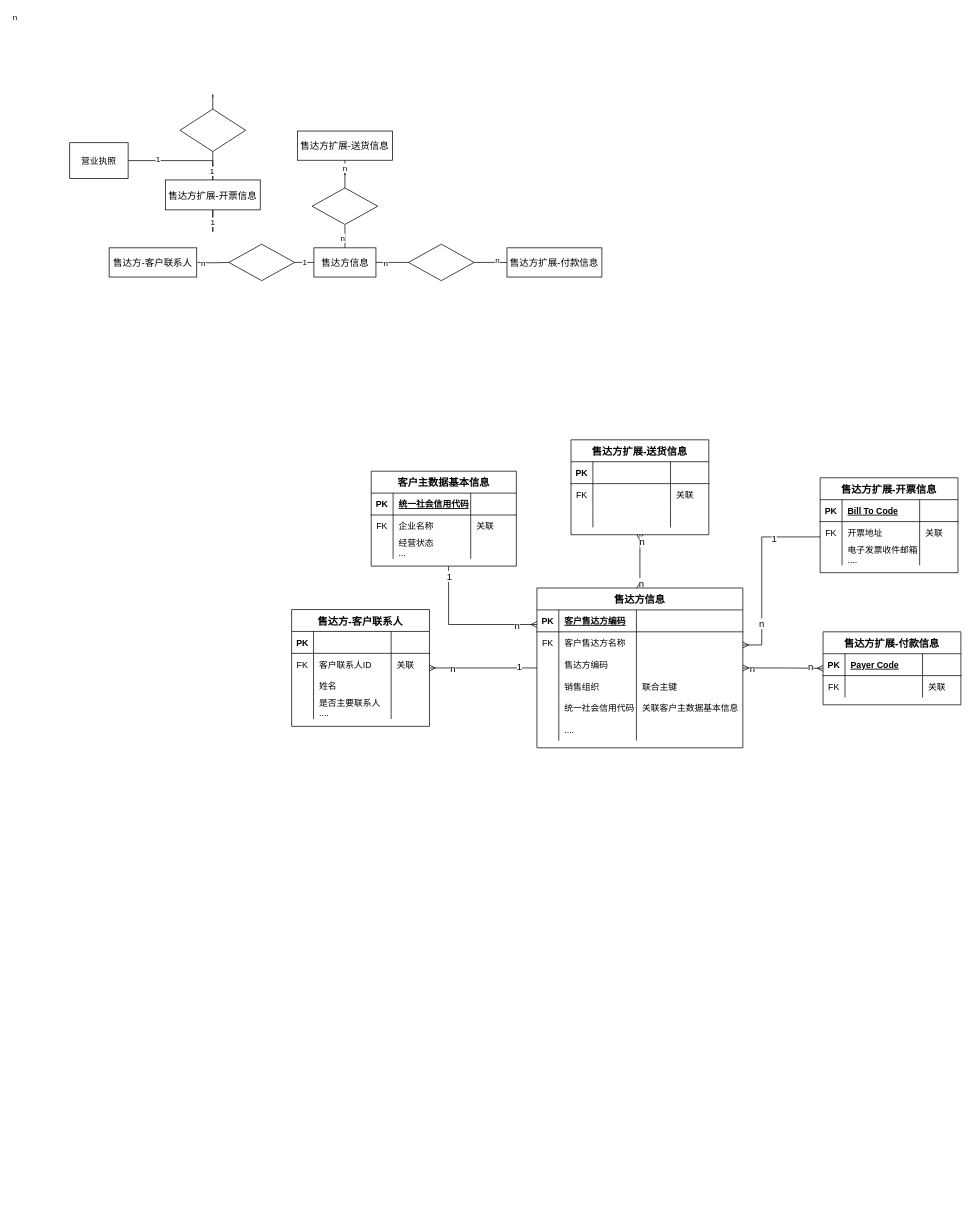
Above: 客户ER图.drawio in winky02/pics (draw.io), before the change. Source tidied: cells renumbered, new cells numbered last; positions are measured from the earlier drawing's top-left corner, leaving out a move shared by most shapes. Both pictures are drawn from the tidied source at 73%, with x=0, y=0 at pixel (69, 97).
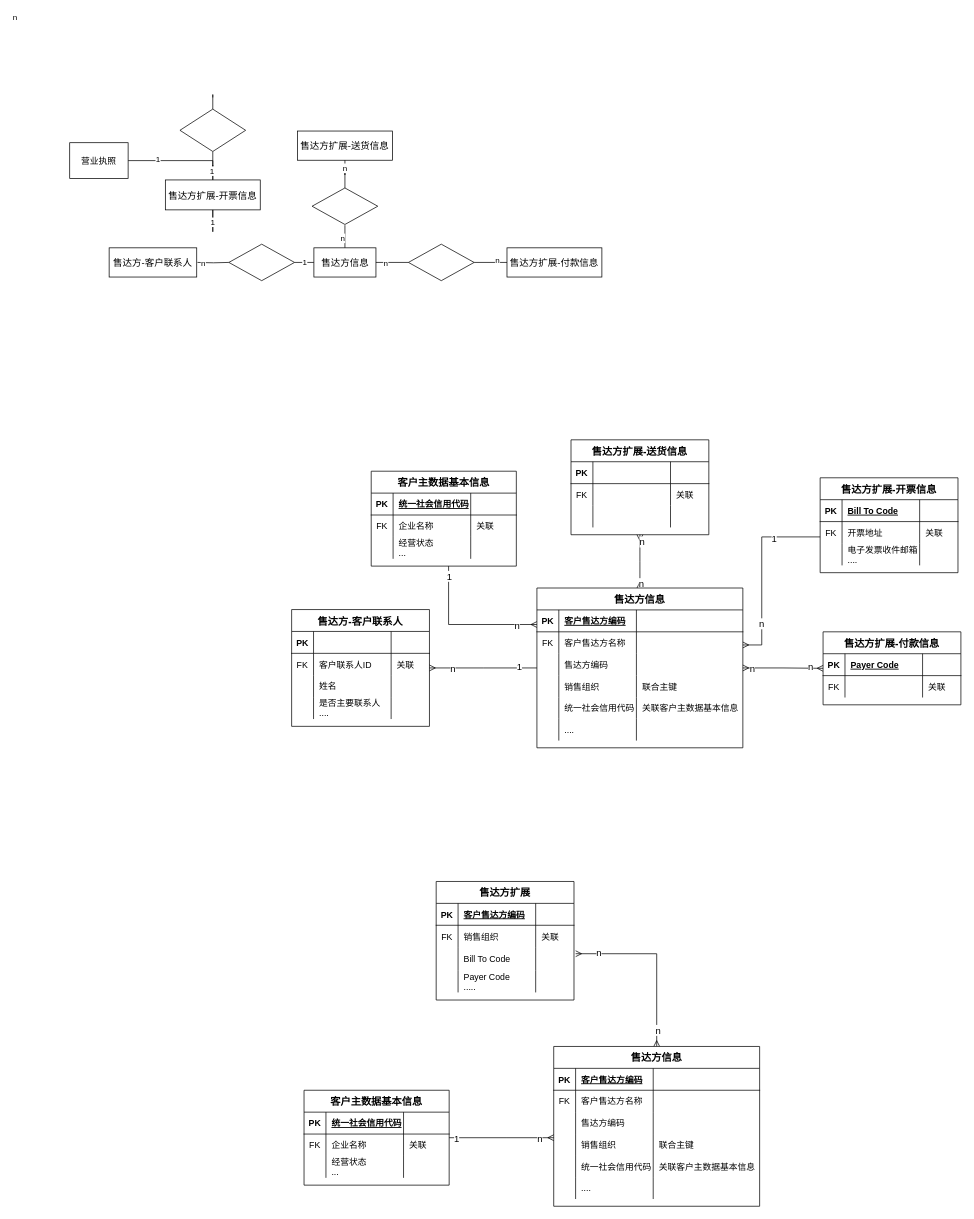
After the change.

What changed in the source:
```diff
@@
+    <mxCell id="136" style="edgeStyle=orthogonalEdgeStyle;rounded=0;jettySize=auto;html=1;startArrow=ERmany;startFill=0;endArrow=ERmany;endFill=0;entryX=1.012;entryY=0.28;entryDx=0;entryDy=0;entryPerimeter=0;" parent="1" edge="1" source="142" target="176">
+      <mxGeometry relative="1" as="geometry" />
+    </mxCell>
+    <mxCell id="137" value="n" style="edgeLabel;html=1;align=center;verticalAlign=middle;fontFamily=Helvetica;fontSize=13;fontColor=default;labelBackgroundColor=default;fillColor=none;gradientColor=none;" parent="136" vertex="1">
+      <mxGeometry x="-0.81" y="-1" relative="1" as="geometry" />
+    </mxCell>
+    <mxCell id="138" value="n" style="edgeLabel;html=1;align=center;verticalAlign=middle;fontSize=13;" parent="136" vertex="1">
+      <mxGeometry x="0.74" y="-2" relative="1" as="geometry" />
+    </mxCell>
+    <mxCell id="139" style="edgeStyle=orthogonalEdgeStyle;rounded=0;jettySize=auto;html=1;endArrow=none;startFill=0;startArrow=ERmany;" parent="1" edge="1" source="142" target="184">
+      <mxGeometry relative="1" as="geometry">
+        <Array as="points">
+          <mxPoint x="599" y="1425" />
+          <mxPoint x="599" y="1425" />
+        </Array>
+      </mxGeometry>
+    </mxCell>
+    <mxCell id="140" value="1" style="edgeLabel;html=1;align=center;verticalAlign=middle;fontSize=13;" parent="139" vertex="1">
+      <mxGeometry x="0.87" relative="1" as="geometry" />
+    </mxCell>
+    <mxCell id="141" value="n" style="edgeLabel;html=1;align=center;verticalAlign=middle;fontSize=13;" parent="139" vertex="1">
+      <mxGeometry x="-0.72" y="1" relative="1" as="geometry" />
+    </mxCell>
+    <mxCell id="142" value="售达方信息" style="shape=table;startSize=30;childLayout=tableLayout;rowLines=0;fontStyle=1;align=center;fontSize=14;" parent="1" vertex="1">
+      <mxGeometry x="663" y="1300" width="282.1" height="218.9" as="geometry" />
+    </mxCell>
+    <mxCell id="143" style="shape=partialRectangle;fillColor=none;top=0;left=0;right=0;bottom=1;" parent="142" vertex="1">
+      <mxGeometry y="30" width="282.1" height="30" as="geometry" />
+    </mxCell>
+    <mxCell id="144" value="PK" style="shape=partialRectangle;overflow=hidden;fillColor=none;top=0;left=0;bottom=0;right=0;fontStyle=1;" parent="143" vertex="1">
+      <mxGeometry width="30" height="30" as="geometry" />
+    </mxCell>
+    <mxCell id="145" value="客户售达方编码" style="shape=partialRectangle;overflow=hidden;fillColor=none;top=0;left=0;bottom=0;right=0;align=left;spacingLeft=6;fontStyle=5;" parent="143" vertex="1">
+      <mxGeometry x="30" width="106.3" height="30" as="geometry" />
+    </mxCell>
+    <mxCell id="146" style="shape=partialRectangle;overflow=hidden;fillColor=none;top=0;left=0;bottom=0;right=0;align=left;spacingLeft=6;fontStyle=5;" parent="143" vertex="1">
+      <mxGeometry x="136.3" width="145.8" height="30" as="geometry" />
+    </mxCell>
+    <mxCell id="147" style="shape=partialRectangle;fillColor=none;top=0;left=0;right=0;bottom=0;" parent="142" vertex="1">
+      <mxGeometry y="60" width="282.1" height="30" as="geometry" />
+    </mxCell>
+    <mxCell id="148" value="FK" style="shape=partialRectangle;overflow=hidden;fillColor=none;top=0;left=0;bottom=0;right=0;" parent="147" vertex="1">
+      <mxGeometry width="30" height="30" as="geometry" />
+    </mxCell>
+    <mxCell id="149" value="客户售达方名称" style="shape=partialRectangle;overflow=hidden;fillColor=none;top=0;left=0;bottom=0;right=0;align=left;spacingLeft=6;" parent="147" vertex="1">
+      <mxGeometry x="30" width="106.3" height="30" as="geometry" />
+    </mxCell>
+    <mxCell id="150" style="shape=partialRectangle;overflow=hidden;fillColor=none;top=0;left=0;bottom=0;right=0;align=left;spacingLeft=6;" parent="147" vertex="1">
+      <mxGeometry x="136.3" width="145.8" height="30" as="geometry" />
+    </mxCell>
+    <mxCell id="151" style="shape=partialRectangle;fillColor=none;top=0;left=0;right=0;bottom=0;" parent="142" vertex="1">
+      <mxGeometry y="90" width="282.1" height="30" as="geometry" />
+    </mxCell>
+    <mxCell id="152" style="shape=partialRectangle;overflow=hidden;fillColor=none;top=0;left=0;bottom=0;right=0;" parent="151" vertex="1">
+      <mxGeometry width="30" height="30" as="geometry" />
+    </mxCell>
+    <mxCell id="153" value="售达方编码" style="shape=partialRectangle;overflow=hidden;fillColor=none;top=0;left=0;bottom=0;right=0;align=left;spacingLeft=6;" parent="151" vertex="1">
+      <mxGeometry x="30" width="106.3" height="30" as="geometry" />
+    </mxCell>
+    <mxCell id="154" style="shape=partialRectangle;overflow=hidden;fillColor=none;top=0;left=0;bottom=0;right=0;align=left;spacingLeft=6;" parent="151" vertex="1">
+      <mxGeometry x="136.3" width="145.8" height="30" as="geometry" />
+    </mxCell>
+    <mxCell id="155" style="shape=partialRectangle;fillColor=none;top=0;left=0;right=0;bottom=0;" parent="142" vertex="1">
+      <mxGeometry y="120" width="282.1" height="30" as="geometry" />
+    </mxCell>
+    <mxCell id="156" style="shape=partialRectangle;overflow=hidden;fillColor=none;top=0;left=0;bottom=0;right=0;" parent="155" vertex="1">
+      <mxGeometry width="30" height="30" as="geometry" />
+    </mxCell>
+    <mxCell id="157" value="销售组织" style="shape=partialRectangle;overflow=hidden;fillColor=none;top=0;left=0;bottom=0;right=0;align=left;spacingLeft=6;" parent="155" vertex="1">
+      <mxGeometry x="30" width="106.3" height="30" as="geometry" />
+    </mxCell>
+    <mxCell id="158" value="联合主键" style="shape=partialRectangle;overflow=hidden;fillColor=none;top=0;left=0;bottom=0;right=0;align=left;spacingLeft=6;" parent="155" vertex="1">
+      <mxGeometry x="136.3" width="145.8" height="30" as="geometry" />
+    </mxCell>
+    <mxCell id="159" style="shape=partialRectangle;fillColor=none;top=0;left=0;right=0;bottom=0;" parent="142" vertex="1">
+      <mxGeometry y="150" width="282.1" height="29" as="geometry" />
+    </mxCell>
+    <mxCell id="160" style="shape=partialRectangle;overflow=hidden;fillColor=none;top=0;left=0;bottom=0;right=0;" parent="159" vertex="1">
+      <mxGeometry width="30" height="29" as="geometry" />
+    </mxCell>
+    <mxCell id="161" value="统一社会信用代码" style="shape=partialRectangle;overflow=hidden;fillColor=none;top=0;left=0;bottom=0;right=0;align=left;spacingLeft=6;" parent="159" vertex="1">
+      <mxGeometry x="30" width="106.3" height="29" as="geometry" />
+    </mxCell>
+    <mxCell id="162" value="关联客户主数据基本信息" style="shape=partialRectangle;overflow=hidden;fillColor=none;top=0;left=0;bottom=0;right=0;align=left;spacingLeft=6;" parent="159" vertex="1">
+      <mxGeometry x="136.3" width="145.8" height="29" as="geometry" />
+    </mxCell>
+    <mxCell id="163" style="shape=partialRectangle;fillColor=none;top=0;left=0;right=0;bottom=0;" parent="142" vertex="1">
+      <mxGeometry y="179" width="282.1" height="30" as="geometry" />
+    </mxCell>
+    <mxCell id="164" style="shape=partialRectangle;overflow=hidden;fillColor=none;top=0;left=0;bottom=0;right=0;" parent="163" vertex="1">
+      <mxGeometry width="30" height="30" as="geometry" />
+    </mxCell>
+    <mxCell id="165" value="...." style="shape=partialRectangle;overflow=hidden;fillColor=none;top=0;left=0;bottom=0;right=0;align=left;spacingLeft=6;" parent="163" vertex="1">
+      <mxGeometry x="30" width="106.3" height="30" as="geometry" />
+    </mxCell>
+    <mxCell id="166" style="shape=partialRectangle;overflow=hidden;fillColor=none;top=0;left=0;bottom=0;right=0;align=left;spacingLeft=6;" parent="163" vertex="1">
+      <mxGeometry x="136.3" width="145.8" height="30" as="geometry" />
+    </mxCell>
+    <mxCell id="167" value="售达方扩展" style="shape=table;startSize=30;childLayout=tableLayout;rowLines=0;fontStyle=1;align=center;fontSize=14;" parent="1" vertex="1">
+      <mxGeometry x="502" y="1074" width="188.8" height="162.4" as="geometry" />
+    </mxCell>
+    <mxCell id="168" style="shape=partialRectangle;fillColor=none;top=0;left=0;right=0;bottom=1;" parent="167" vertex="1">
+      <mxGeometry y="30" width="188.8" height="30" as="geometry" />
+    </mxCell>
+    <mxCell id="169" value="PK" style="shape=partialRectangle;overflow=hidden;fillColor=none;top=0;left=0;bottom=0;right=0;fontStyle=1;" parent="168" vertex="1">
+      <mxGeometry width="30" height="30" as="geometry" />
+    </mxCell>
+    <mxCell id="170" value="客户售达方编码" style="shape=partialRectangle;overflow=hidden;fillColor=none;top=0;left=0;bottom=0;right=0;align=left;spacingLeft=6;fontStyle=5;" parent="168" vertex="1">
+      <mxGeometry x="30" width="106.3" height="30" as="geometry" />
+    </mxCell>
+    <mxCell id="171" style="shape=partialRectangle;overflow=hidden;fillColor=none;top=0;left=0;bottom=0;right=0;align=left;spacingLeft=6;fontStyle=5;" parent="168" vertex="1">
+      <mxGeometry x="136.3" width="52.5" height="30" as="geometry" />
+    </mxCell>
+    <mxCell id="172" style="shape=partialRectangle;fillColor=none;top=0;left=0;right=0;bottom=0;" parent="167" vertex="1">
+      <mxGeometry y="60" width="188.8" height="30" as="geometry" />
+    </mxCell>
+    <mxCell id="173" value="FK" style="shape=partialRectangle;overflow=hidden;fillColor=none;top=0;left=0;bottom=0;right=0;" parent="172" vertex="1">
+      <mxGeometry width="30" height="30" as="geometry" />
+    </mxCell>
+    <mxCell id="174" value="销售组织" style="shape=partialRectangle;overflow=hidden;fillColor=none;top=0;left=0;bottom=0;right=0;align=left;spacingLeft=6;" parent="172" vertex="1">
+      <mxGeometry x="30" width="106.3" height="30" as="geometry" />
+    </mxCell>
+    <mxCell id="175" value="关联" style="shape=partialRectangle;overflow=hidden;fillColor=none;top=0;left=0;bottom=0;right=0;align=left;spacingLeft=6;" parent="172" vertex="1">
+      <mxGeometry x="136.3" width="52.5" height="30" as="geometry" />
+    </mxCell>
+    <mxCell id="176" style="shape=partialRectangle;fillColor=none;points=[[0,0.5],[1,0.5]];portConstraint=eastwest;top=0;left=0;right=0;bottom=0;" parent="167" vertex="1">
+      <mxGeometry y="90" width="188.8" height="32" as="geometry" />
+    </mxCell>
+    <mxCell id="177" style="shape=partialRectangle;overflow=hidden;fillColor=none;top=0;left=0;bottom=0;right=0;" parent="176" vertex="1">
+      <mxGeometry width="30" height="32" as="geometry" />
+    </mxCell>
+    <mxCell id="178" value="Bill To Code" style="shape=partialRectangle;overflow=hidden;fillColor=none;top=0;left=0;bottom=0;right=0;align=left;spacingLeft=6;" parent="176" vertex="1">
+      <mxGeometry x="30" width="106.3" height="32" as="geometry" />
+    </mxCell>
+    <mxCell id="179" style="shape=partialRectangle;overflow=hidden;fillColor=none;top=0;left=0;bottom=0;right=0;align=left;spacingLeft=6;" parent="176" vertex="1">
+      <mxGeometry x="136.3" width="52.5" height="32" as="geometry" />
+    </mxCell>
+    <mxCell id="180" style="shape=partialRectangle;fillColor=none;top=0;left=0;right=0;bottom=0;" parent="167" vertex="1">
+      <mxGeometry y="122" width="188.8" height="30" as="geometry" />
+    </mxCell>
+    <mxCell id="181" style="shape=partialRectangle;overflow=hidden;fillColor=none;top=0;left=0;bottom=0;right=0;" parent="180" vertex="1">
+      <mxGeometry width="30" height="30" as="geometry" />
+    </mxCell>
+    <mxCell id="182" value="Payer Code&#10;....." style="shape=partialRectangle;overflow=hidden;fillColor=none;top=0;left=0;bottom=0;right=0;align=left;spacingLeft=6;" parent="180" vertex="1">
+      <mxGeometry x="30" width="106.3" height="30" as="geometry" />
+    </mxCell>
+    <mxCell id="183" style="shape=partialRectangle;overflow=hidden;fillColor=none;top=0;left=0;bottom=0;right=0;align=left;spacingLeft=6;" parent="180" vertex="1">
+      <mxGeometry x="136.3" width="52.5" height="30" as="geometry" />
+    </mxCell>
+    <mxCell id="184" value="客户主数据基本信息" style="shape=table;startSize=30;childLayout=tableLayout;rowLines=0;fontStyle=1;align=center;fontSize=14;" parent="1" vertex="1">
+      <mxGeometry x="321" y="1360" width="198.8" height="130" as="geometry" />
+    </mxCell>
+    <mxCell id="185" style="shape=partialRectangle;fillColor=none;top=0;left=0;right=0;bottom=1;" parent="184" vertex="1">
+      <mxGeometry y="30" width="198.8" height="30" as="geometry" />
+    </mxCell>
+    <mxCell id="186" value="PK" style="shape=partialRectangle;overflow=hidden;fillColor=none;top=0;left=0;bottom=0;right=0;fontStyle=1;" parent="185" vertex="1">
+      <mxGeometry width="30" height="30" as="geometry" />
+    </mxCell>
+    <mxCell id="187" value="统一社会信用代码" style="shape=partialRectangle;overflow=hidden;fillColor=none;top=0;left=0;bottom=0;right=0;align=left;spacingLeft=6;fontStyle=5;" parent="185" vertex="1">
+      <mxGeometry x="30" width="106.3" height="30" as="geometry" />
+    </mxCell>
+    <mxCell id="188" style="shape=partialRectangle;overflow=hidden;fillColor=none;top=0;left=0;bottom=0;right=0;align=left;spacingLeft=6;fontStyle=5;" parent="185" vertex="1">
+      <mxGeometry x="136.3" width="62.5" height="30" as="geometry" />
+    </mxCell>
+    <mxCell id="189" style="shape=partialRectangle;fillColor=none;top=0;left=0;right=0;bottom=0;" parent="184" vertex="1">
+      <mxGeometry y="60" width="198.8" height="30" as="geometry" />
+    </mxCell>
+    <mxCell id="190" value="FK" style="shape=partialRectangle;overflow=hidden;fillColor=none;top=0;left=0;bottom=0;right=0;" parent="189" vertex="1">
+      <mxGeometry width="30" height="30" as="geometry" />
+    </mxCell>
+    <mxCell id="191" value="企业名称" style="shape=partialRectangle;overflow=hidden;fillColor=none;top=0;left=0;bottom=0;right=0;align=left;spacingLeft=6;" parent="189" vertex="1">
+      <mxGeometry x="30" width="106.3" height="30" as="geometry" />
+    </mxCell>
+    <mxCell id="192" value="关联" style="shape=partialRectangle;overflow=hidden;fillColor=none;top=0;left=0;bottom=0;right=0;align=left;spacingLeft=6;" parent="189" vertex="1">
+      <mxGeometry x="136.3" width="62.5" height="30" as="geometry" />
+    </mxCell>
+    <mxCell id="193" style="shape=partialRectangle;fillColor=none;top=0;left=0;right=0;bottom=0;" parent="184" vertex="1">
+      <mxGeometry y="90" width="198.8" height="30" as="geometry" />
+    </mxCell>
+    <mxCell id="194" style="shape=partialRectangle;overflow=hidden;fillColor=none;top=0;left=0;bottom=0;right=0;" parent="193" vertex="1">
+      <mxGeometry width="30" height="30" as="geometry" />
+    </mxCell>
+    <mxCell id="195" value="经营状态&#10;..." style="shape=partialRectangle;overflow=hidden;fillColor=none;top=0;left=0;bottom=0;right=0;align=left;spacingLeft=6;" parent="193" vertex="1">
+      <mxGeometry x="30" width="106.3" height="30" as="geometry" />
+    </mxCell>
+    <mxCell id="196" style="shape=partialRectangle;overflow=hidden;fillColor=none;top=0;left=0;bottom=0;right=0;align=left;spacingLeft=6;" parent="193" vertex="1">
+      <mxGeometry x="136.3" width="62.5" height="30" as="geometry" />
+    </mxCell>
```
